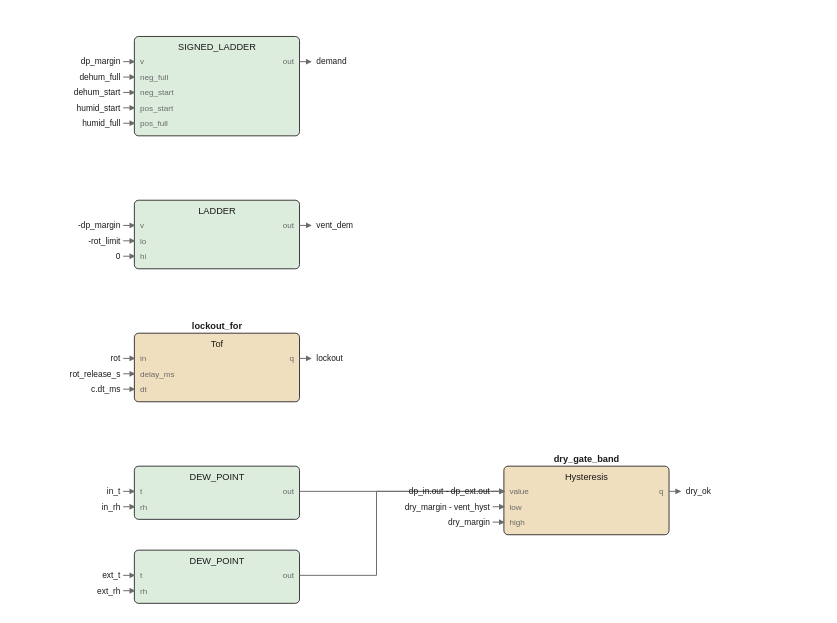
Above: images/logic/humidity_fbd.drawio.svg in pstch/botanik2 (draw.io), before the change. Source tidied: cells renumbered, new cells last; positions are measured from the earlier drawing's top-left corner, leaving out a move shared by most shapes.
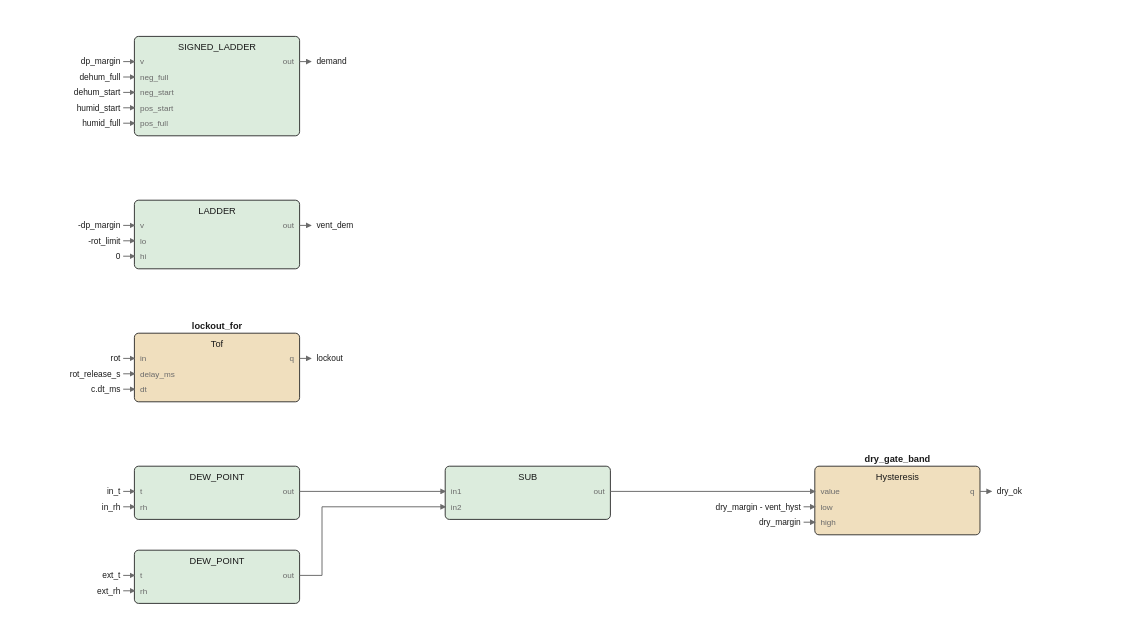
The same file after the commit.

Diff of the diagram source:
```diff
@@ -97,77 +97,64 @@
     </mxCell>
-    <mxCell id="33" style="rounded=1;fillColor=#f0dfbe;strokeColor=#1a1a1a;whiteSpace=wrap;html=1;fontSize=8;" parent="1" vertex="1">
-      <mxGeometry x="274" y="307" width="118" height="49" as="geometry" />
+    <mxCell id="33" style="rounded=1;fillColor=#dcecdd;strokeColor=#1a1a1a;whiteSpace=wrap;html=1;fontSize=8;" parent="1" vertex="1">
+      <mxGeometry x="232" y="307" width="118" height="38" as="geometry" />
     </mxCell>
-    <mxCell id="34" value="dry_gate_band" style="text;html=1;fontSize=6;fontColor=#1a1a1a;align=center;fontStyle=1;" parent="1" vertex="1">
-      <mxGeometry x="333" y="297.4" width="65" height="10.6" as="geometry" />
+    <mxCell id="34" value="SUB" style="text;html=1;fontSize=6;fontColor=#1a1a1a;align=center;" parent="1" vertex="1">
+      <mxGeometry x="291" y="310.4" width="40" height="10.6" as="geometry" />
     </mxCell>
-    <mxCell id="35" value="Hysteresis" style="text;html=1;fontSize=6;fontColor=#1a1a1a;align=center;" parent="1" vertex="1">
-      <mxGeometry x="333" y="310.4" width="50" height="10.6" as="geometry" />
+    <mxCell id="35" value="in1" style="text;html=1;fontSize=5;fontColor=#6b6b6b;align=left;" parent="1" vertex="1">
+      <mxGeometry x="236" y="321.2" width="40" height="9.8" as="geometry" />
     </mxCell>
-    <mxCell id="36" value="value" style="text;html=1;fontSize=5;fontColor=#6b6b6b;align=left;" parent="1" vertex="1">
-      <mxGeometry x="278" y="321.2" width="40" height="9.8" as="geometry" />
+    <mxCell id="36" value="in2" style="text;html=1;fontSize=5;fontColor=#6b6b6b;align=left;" parent="1" vertex="1">
+      <mxGeometry x="236" y="332.2" width="40" height="9.8" as="geometry" />
     </mxCell>
-    <mxCell id="37" value="low" style="text;html=1;fontSize=5;fontColor=#6b6b6b;align=left;" parent="1" vertex="1">
-      <mxGeometry x="278" y="332.2" width="40" height="9.8" as="geometry" />
+    <mxCell id="37" value="out" style="text;html=1;fontSize=5;fontColor=#6b6b6b;align=left;" parent="1" vertex="1">
+      <mxGeometry x="346" y="321.2" width="40" height="9.8" as="geometry" />
     </mxCell>
-    <mxCell id="38" value="high" style="text;html=1;fontSize=5;fontColor=#6b6b6b;align=left;" parent="1" vertex="1">
-      <mxGeometry x="278" y="343.2" width="40" height="9.8" as="geometry" />
+    <mxCell id="38" style="rounded=1;fillColor=#f0dfbe;strokeColor=#1a1a1a;whiteSpace=wrap;html=1;fontSize=8;" parent="1" vertex="1">
+      <mxGeometry x="496" y="307" width="118" height="49" as="geometry" />
     </mxCell>
-    <mxCell id="39" value="q" style="text;html=1;fontSize=5;fontColor=#6b6b6b;align=left;" parent="1" vertex="1">
-      <mxGeometry x="388" y="321.2" width="40" height="9.8" as="geometry" />
+    <mxCell id="39" value="dry_gate_band" style="text;html=1;fontSize=6;fontColor=#1a1a1a;align=center;fontStyle=1;" parent="1" vertex="1">
+      <mxGeometry x="555" y="297.4" width="65" height="10.6" as="geometry" />
     </mxCell>
-    <mxCell id="40" style="edgeStyle=none;html=1;strokeColor=#6b6b6b;endArrow=block;" parent="1" edge="1">
-      <mxGeometry relative="1" as="geometry">
-        <mxPoint x="128" y="18" as="sourcePoint" />
-        <mxPoint x="136" y="18" as="targetPoint" />
-      </mxGeometry>
-    </mxCell>
+    <mxCell id="86" value="Hysteresis" style="text;html=1;fontSize=6;fontColor=#1a1a1a;align=center;" parent="1" vertex="1">
+      <mxGeometry x="555" y="310.4" width="50" height="10.6" as="geometry" />
+    </mxCell>
-    <mxCell id="41" value="demand" style="text;html=1;fontSize=6;fontColor=#1a1a1a;align=left;" parent="1" vertex="1">
-      <mxGeometry x="140" y="14" width="40" height="10" as="geometry" />
+    <mxCell id="41" value="value" style="text;html=1;fontSize=5;fontColor=#6b6b6b;align=left;" parent="1" vertex="1">
+      <mxGeometry x="500" y="321.2" width="40" height="9.8" as="geometry" />
     </mxCell>
-    <mxCell id="42" style="edgeStyle=none;html=1;strokeColor=#6b6b6b;endArrow=block;" parent="1" edge="1">
-      <mxGeometry relative="1" as="geometry">
-        <mxPoint x="128" y="135" as="sourcePoint" />
-        <mxPoint x="136" y="135" as="targetPoint" />
-      </mxGeometry>
-    </mxCell>
+    <mxCell id="87" value="low" style="text;html=1;fontSize=5;fontColor=#6b6b6b;align=left;" parent="1" vertex="1">
+      <mxGeometry x="500" y="332.2" width="40" height="9.8" as="geometry" />
+    </mxCell>
-    <mxCell id="43" value="vent_dem" style="text;html=1;fontSize=6;fontColor=#1a1a1a;align=left;" parent="1" vertex="1">
-      <mxGeometry x="140" y="131" width="40" height="10" as="geometry" />
+    <mxCell id="43" value="high" style="text;html=1;fontSize=5;fontColor=#6b6b6b;align=left;" parent="1" vertex="1">
+      <mxGeometry x="500" y="343.2" width="40" height="9.8" as="geometry" />
     </mxCell>
-    <mxCell id="44" style="edgeStyle=none;html=1;strokeColor=#6b6b6b;endArrow=block;" parent="1" edge="1">
-      <mxGeometry relative="1" as="geometry">
-        <mxPoint x="128" y="230" as="sourcePoint" />
-        <mxPoint x="136" y="230" as="targetPoint" />
-      </mxGeometry>
-    </mxCell>
-    <mxCell id="45" value="lockout" style="text;html=1;fontSize=6;fontColor=#1a1a1a;align=left;" parent="1" vertex="1">
-      <mxGeometry x="140" y="226" width="40" height="10" as="geometry" />
-    </mxCell>
-    <mxCell id="46" style="edgeStyle=none;html=1;strokeColor=#6b6b6b;endArrow=block;" parent="1" edge="1">
-      <mxGeometry relative="1" as="geometry">
-        <mxPoint x="392" y="325" as="sourcePoint" />
-        <mxPoint x="400" y="325" as="targetPoint" />
-      </mxGeometry>
-    </mxCell>
-    <mxCell id="47" value="dry_ok" style="text;html=1;fontSize=6;fontColor=#1a1a1a;align=left;" parent="1" vertex="1">
-      <mxGeometry x="404" y="321" width="40" height="10" as="geometry" />
-    </mxCell>
-    <mxCell id="48" style="edgeStyle=none;html=1;strokeColor=#6b6b6b;endArrow=block;" parent="1" edge="1">
-      <mxGeometry relative="1" as="geometry">
-        <mxPoint x="128" y="325" as="sourcePoint" />
-        <mxPoint x="274" y="325" as="targetPoint" />
-      </mxGeometry>
-    </mxCell>
+    <mxCell id="88" value="q" style="text;html=1;fontSize=5;fontColor=#6b6b6b;align=left;" parent="1" vertex="1">
+      <mxGeometry x="610" y="321.2" width="40" height="9.8" as="geometry" />
+    </mxCell>
+    <mxCell id="89" style="edgeStyle=none;html=1;strokeColor=#6b6b6b;endArrow=block;" parent="1" edge="1">
+      <mxGeometry relative="1" as="geometry">
+        <mxPoint x="128" y="18" as="sourcePoint" />
+        <mxPoint x="136" y="18" as="targetPoint" />
+      </mxGeometry>
+    </mxCell>
+    <mxCell id="90" value="demand" style="text;html=1;fontSize=6;fontColor=#1a1a1a;align=left;" parent="1" vertex="1">
+      <mxGeometry x="140" y="14" width="40" height="10" as="geometry" />
+    </mxCell>
+    <mxCell id="91" style="edgeStyle=none;html=1;strokeColor=#6b6b6b;endArrow=block;" parent="1" edge="1">
+      <mxGeometry relative="1" as="geometry">
+        <mxPoint x="128" y="135" as="sourcePoint" />
+        <mxPoint x="136" y="135" as="targetPoint" />
+      </mxGeometry>
+    </mxCell>
+    <mxCell id="92" value="vent_dem" style="text;html=1;fontSize=6;fontColor=#1a1a1a;align=left;" parent="1" vertex="1">
+      <mxGeometry x="140" y="131" width="40" height="10" as="geometry" />
+    </mxCell>
     <mxCell id="49" style="edgeStyle=none;html=1;strokeColor=#6b6b6b;endArrow=block;" parent="1" edge="1">
       <mxGeometry relative="1" as="geometry">
-        <mxPoint x="128" y="385" as="sourcePoint" />
-        <mxPoint x="274" y="325" as="targetPoint" />
-        <Array as="points">
-          <mxPoint x="183" y="385" />
-          <mxPoint x="183" y="325" />
-        </Array>
+        <mxPoint x="128" y="230" as="sourcePoint" />
+        <mxPoint x="136" y="230" as="targetPoint" />
       </mxGeometry>
     </mxCell>
-    <mxCell id="50" value="dp_margin" style="text;html=1;fontSize=6;fontColor=#1a1a1a;align=left;" parent="1" vertex="1">
-      <mxGeometry y="14" width="45" height="10" as="geometry" />
+    <mxCell id="50" value="lockout" style="text;html=1;fontSize=6;fontColor=#1a1a1a;align=left;" parent="1" vertex="1">
+      <mxGeometry x="140" y="226" width="40" height="10" as="geometry" />
     </mxCell>
@@ -175,8 +162,8 @@
       <mxGeometry relative="1" as="geometry">
-        <mxPoint x="2" y="18" as="sourcePoint" />
-        <mxPoint x="10" y="18" as="targetPoint" />
+        <mxPoint x="614" y="325" as="sourcePoint" />
+        <mxPoint x="622" y="325" as="targetPoint" />
       </mxGeometry>
     </mxCell>
-    <mxCell id="52" value="dehum_full" style="text;html=1;fontSize=6;fontColor=#1a1a1a;align=left;" parent="1" vertex="1">
-      <mxGeometry y="25" width="50" height="10" as="geometry" />
+    <mxCell id="52" value="dry_ok" style="text;html=1;fontSize=6;fontColor=#1a1a1a;align=left;" parent="1" vertex="1">
+      <mxGeometry x="626" y="321" width="40" height="10" as="geometry" />
     </mxCell>
@@ -184,17 +171,24 @@
       <mxGeometry relative="1" as="geometry">
-        <mxPoint x="2" y="29" as="sourcePoint" />
-        <mxPoint x="10" y="29" as="targetPoint" />
+        <mxPoint x="128" y="325" as="sourcePoint" />
+        <mxPoint x="232" y="325" as="targetPoint" />
       </mxGeometry>
     </mxCell>
-    <mxCell id="54" value="dehum_start" style="text;html=1;fontSize=6;fontColor=#1a1a1a;align=left;" parent="1" vertex="1">
-      <mxGeometry y="36" width="55" height="10" as="geometry" />
-    </mxCell>
+    <mxCell id="93" style="edgeStyle=none;html=1;strokeColor=#6b6b6b;endArrow=block;" parent="1" edge="1">
+      <mxGeometry relative="1" as="geometry">
+        <mxPoint x="128" y="385" as="sourcePoint" />
+        <mxPoint x="232" y="336" as="targetPoint" />
+        <Array as="points">
+          <mxPoint x="144" y="385" />
+          <mxPoint x="144" y="336" />
+        </Array>
+      </mxGeometry>
+    </mxCell>
     <mxCell id="55" style="edgeStyle=none;html=1;strokeColor=#6b6b6b;endArrow=block;" parent="1" edge="1">
       <mxGeometry relative="1" as="geometry">
-        <mxPoint x="2" y="40" as="sourcePoint" />
-        <mxPoint x="10" y="40" as="targetPoint" />
+        <mxPoint x="350" y="325" as="sourcePoint" />
+        <mxPoint x="496" y="325" as="targetPoint" />
       </mxGeometry>
     </mxCell>
-    <mxCell id="56" value="humid_start" style="text;html=1;fontSize=6;fontColor=#1a1a1a;align=left;" parent="1" vertex="1">
-      <mxGeometry y="47" width="55" height="10" as="geometry" />
+    <mxCell id="56" value="dp_margin" style="text;html=1;fontSize=6;fontColor=#1a1a1a;align=left;" parent="1" vertex="1">
+      <mxGeometry y="14" width="45" height="10" as="geometry" />
     </mxCell>
@@ -202,8 +196,8 @@
       <mxGeometry relative="1" as="geometry">
-        <mxPoint x="2" y="51" as="sourcePoint" />
-        <mxPoint x="10" y="51" as="targetPoint" />
+        <mxPoint x="2" y="18" as="sourcePoint" />
+        <mxPoint x="10" y="18" as="targetPoint" />
       </mxGeometry>
     </mxCell>
-    <mxCell id="58" value="humid_full" style="text;html=1;fontSize=6;fontColor=#1a1a1a;align=left;" parent="1" vertex="1">
-      <mxGeometry y="58" width="50" height="10" as="geometry" />
+    <mxCell id="58" value="dehum_full" style="text;html=1;fontSize=6;fontColor=#1a1a1a;align=left;" parent="1" vertex="1">
+      <mxGeometry y="25" width="50" height="10" as="geometry" />
     </mxCell>
@@ -211,8 +205,8 @@
       <mxGeometry relative="1" as="geometry">
-        <mxPoint x="2" y="62" as="sourcePoint" />
-        <mxPoint x="10" y="62" as="targetPoint" />
+        <mxPoint x="2" y="29" as="sourcePoint" />
+        <mxPoint x="10" y="29" as="targetPoint" />
       </mxGeometry>
     </mxCell>
-    <mxCell id="60" value="-dp_margin" style="text;html=1;fontSize=6;fontColor=#1a1a1a;align=left;" parent="1" vertex="1">
-      <mxGeometry y="131" width="50" height="10" as="geometry" />
+    <mxCell id="60" value="dehum_start" style="text;html=1;fontSize=6;fontColor=#1a1a1a;align=left;" parent="1" vertex="1">
+      <mxGeometry y="36" width="55" height="10" as="geometry" />
     </mxCell>
@@ -220,8 +214,8 @@
       <mxGeometry relative="1" as="geometry">
-        <mxPoint x="2" y="135" as="sourcePoint" />
-        <mxPoint x="10" y="135" as="targetPoint" />
+        <mxPoint x="2" y="40" as="sourcePoint" />
+        <mxPoint x="10" y="40" as="targetPoint" />
       </mxGeometry>
     </mxCell>
-    <mxCell id="62" value="-rot_limit" style="text;html=1;fontSize=6;fontColor=#1a1a1a;align=left;" parent="1" vertex="1">
-      <mxGeometry y="142" width="50" height="10" as="geometry" />
+    <mxCell id="62" value="humid_start" style="text;html=1;fontSize=6;fontColor=#1a1a1a;align=left;" parent="1" vertex="1">
+      <mxGeometry y="47" width="55" height="10" as="geometry" />
     </mxCell>
@@ -229,8 +223,8 @@
       <mxGeometry relative="1" as="geometry">
-        <mxPoint x="2" y="146" as="sourcePoint" />
-        <mxPoint x="10" y="146" as="targetPoint" />
+        <mxPoint x="2" y="51" as="sourcePoint" />
+        <mxPoint x="10" y="51" as="targetPoint" />
       </mxGeometry>
     </mxCell>
-    <mxCell id="64" value="0" style="text;html=1;fontSize=6;fontColor=#1a1a1a;align=left;" parent="1" vertex="1">
-      <mxGeometry y="153" width="40" height="10" as="geometry" />
+    <mxCell id="64" value="humid_full" style="text;html=1;fontSize=6;fontColor=#1a1a1a;align=left;" parent="1" vertex="1">
+      <mxGeometry y="58" width="50" height="10" as="geometry" />
     </mxCell>
@@ -238,8 +232,8 @@
       <mxGeometry relative="1" as="geometry">
-        <mxPoint x="2" y="157" as="sourcePoint" />
-        <mxPoint x="10" y="157" as="targetPoint" />
+        <mxPoint x="2" y="62" as="sourcePoint" />
+        <mxPoint x="10" y="62" as="targetPoint" />
       </mxGeometry>
     </mxCell>
-    <mxCell id="66" value="rot" style="text;html=1;fontSize=6;fontColor=#1a1a1a;align=left;" parent="1" vertex="1">
-      <mxGeometry y="226" width="40" height="10" as="geometry" />
+    <mxCell id="66" value="-dp_margin" style="text;html=1;fontSize=6;fontColor=#1a1a1a;align=left;" parent="1" vertex="1">
+      <mxGeometry y="131" width="50" height="10" as="geometry" />
     </mxCell>
@@ -247,8 +241,8 @@
       <mxGeometry relative="1" as="geometry">
-        <mxPoint x="2" y="230" as="sourcePoint" />
-        <mxPoint x="10" y="230" as="targetPoint" />
+        <mxPoint x="2" y="135" as="sourcePoint" />
+        <mxPoint x="10" y="135" as="targetPoint" />
       </mxGeometry>
     </mxCell>
-    <mxCell id="68" value="rot_release_s" style="text;html=1;fontSize=6;fontColor=#1a1a1a;align=left;" parent="1" vertex="1">
-      <mxGeometry y="237" width="65" height="10" as="geometry" />
+    <mxCell id="68" value="-rot_limit" style="text;html=1;fontSize=6;fontColor=#1a1a1a;align=left;" parent="1" vertex="1">
+      <mxGeometry y="142" width="50" height="10" as="geometry" />
     </mxCell>
@@ -256,8 +250,8 @@
       <mxGeometry relative="1" as="geometry">
-        <mxPoint x="2" y="241" as="sourcePoint" />
-        <mxPoint x="10" y="241" as="targetPoint" />
+        <mxPoint x="2" y="146" as="sourcePoint" />
+        <mxPoint x="10" y="146" as="targetPoint" />
       </mxGeometry>
     </mxCell>
-    <mxCell id="70" value="c.dt_ms" style="text;html=1;fontSize=6;fontColor=#1a1a1a;align=left;" parent="1" vertex="1">
-      <mxGeometry y="248" width="40" height="10" as="geometry" />
+    <mxCell id="70" value="0" style="text;html=1;fontSize=6;fontColor=#1a1a1a;align=left;" parent="1" vertex="1">
+      <mxGeometry y="153" width="40" height="10" as="geometry" />
     </mxCell>
@@ -265,8 +259,8 @@
       <mxGeometry relative="1" as="geometry">
-        <mxPoint x="2" y="252" as="sourcePoint" />
-        <mxPoint x="10" y="252" as="targetPoint" />
+        <mxPoint x="2" y="157" as="sourcePoint" />
+        <mxPoint x="10" y="157" as="targetPoint" />
       </mxGeometry>
     </mxCell>
-    <mxCell id="72" value="in_t" style="text;html=1;fontSize=6;fontColor=#1a1a1a;align=left;" parent="1" vertex="1">
-      <mxGeometry y="321" width="40" height="10" as="geometry" />
+    <mxCell id="72" value="rot" style="text;html=1;fontSize=6;fontColor=#1a1a1a;align=left;" parent="1" vertex="1">
+      <mxGeometry y="226" width="40" height="10" as="geometry" />
     </mxCell>
@@ -274,8 +268,8 @@
       <mxGeometry relative="1" as="geometry">
-        <mxPoint x="2" y="325" as="sourcePoint" />
-        <mxPoint x="10" y="325" as="targetPoint" />
+        <mxPoint x="2" y="230" as="sourcePoint" />
+        <mxPoint x="10" y="230" as="targetPoint" />
       </mxGeometry>
     </mxCell>
-    <mxCell id="74" value="in_rh" style="text;html=1;fontSize=6;fontColor=#1a1a1a;align=left;" parent="1" vertex="1">
-      <mxGeometry y="332" width="40" height="10" as="geometry" />
+    <mxCell id="74" value="rot_release_s" style="text;html=1;fontSize=6;fontColor=#1a1a1a;align=left;" parent="1" vertex="1">
+      <mxGeometry y="237" width="65" height="10" as="geometry" />
     </mxCell>
@@ -283,8 +277,8 @@
       <mxGeometry relative="1" as="geometry">
-        <mxPoint x="2" y="336" as="sourcePoint" />
-        <mxPoint x="10" y="336" as="targetPoint" />
+        <mxPoint x="2" y="241" as="sourcePoint" />
+        <mxPoint x="10" y="241" as="targetPoint" />
       </mxGeometry>
     </mxCell>
-    <mxCell id="76" value="ext_t" style="text;html=1;fontSize=6;fontColor=#1a1a1a;align=left;" parent="1" vertex="1">
-      <mxGeometry y="381" width="40" height="10" as="geometry" />
+    <mxCell id="76" value="c.dt_ms" style="text;html=1;fontSize=6;fontColor=#1a1a1a;align=left;" parent="1" vertex="1">
+      <mxGeometry y="248" width="40" height="10" as="geometry" />
     </mxCell>
@@ -292,8 +286,8 @@
       <mxGeometry relative="1" as="geometry">
-        <mxPoint x="2" y="385" as="sourcePoint" />
-        <mxPoint x="10" y="385" as="targetPoint" />
+        <mxPoint x="2" y="252" as="sourcePoint" />
+        <mxPoint x="10" y="252" as="targetPoint" />
       </mxGeometry>
     </mxCell>
-    <mxCell id="78" value="ext_rh" style="text;html=1;fontSize=6;fontColor=#1a1a1a;align=left;" parent="1" vertex="1">
-      <mxGeometry y="392" width="40" height="10" as="geometry" />
+    <mxCell id="78" value="in_t" style="text;html=1;fontSize=6;fontColor=#1a1a1a;align=left;" parent="1" vertex="1">
+      <mxGeometry y="321" width="40" height="10" as="geometry" />
     </mxCell>
@@ -301,8 +295,8 @@
       <mxGeometry relative="1" as="geometry">
-        <mxPoint x="2" y="396" as="sourcePoint" />
-        <mxPoint x="10" y="396" as="targetPoint" />
+        <mxPoint x="2" y="325" as="sourcePoint" />
+        <mxPoint x="10" y="325" as="targetPoint" />
       </mxGeometry>
     </mxCell>
-    <mxCell id="80" value="dp_in.out - dp_ext.out" style="text;html=1;fontSize=6;fontColor=#1a1a1a;align=left;" parent="1" vertex="1">
-      <mxGeometry x="264" y="321" width="110" height="10" as="geometry" />
+    <mxCell id="80" value="in_rh" style="text;html=1;fontSize=6;fontColor=#1a1a1a;align=left;" parent="1" vertex="1">
+      <mxGeometry y="332" width="40" height="10" as="geometry" />
     </mxCell>
@@ -310,8 +304,8 @@
       <mxGeometry relative="1" as="geometry">
-        <mxPoint x="266" y="325" as="sourcePoint" />
-        <mxPoint x="274" y="325" as="targetPoint" />
+        <mxPoint x="2" y="336" as="sourcePoint" />
+        <mxPoint x="10" y="336" as="targetPoint" />
       </mxGeometry>
     </mxCell>
-    <mxCell id="82" value="dry_margin - vent_hyst" style="text;html=1;fontSize=6;fontColor=#1a1a1a;align=left;" parent="1" vertex="1">
-      <mxGeometry x="264" y="332" width="110" height="10" as="geometry" />
+    <mxCell id="82" value="ext_t" style="text;html=1;fontSize=6;fontColor=#1a1a1a;align=left;" parent="1" vertex="1">
+      <mxGeometry y="381" width="40" height="10" as="geometry" />
     </mxCell>
@@ -319,8 +313,8 @@
       <mxGeometry relative="1" as="geometry">
-        <mxPoint x="266" y="336" as="sourcePoint" />
-        <mxPoint x="274" y="336" as="targetPoint" />
+        <mxPoint x="2" y="385" as="sourcePoint" />
+        <mxPoint x="10" y="385" as="targetPoint" />
       </mxGeometry>
     </mxCell>
-    <mxCell id="84" value="dry_margin" style="text;html=1;fontSize=6;fontColor=#1a1a1a;align=left;" parent="1" vertex="1">
-      <mxGeometry x="264" y="343" width="50" height="10" as="geometry" />
+    <mxCell id="84" value="ext_rh" style="text;html=1;fontSize=6;fontColor=#1a1a1a;align=left;" parent="1" vertex="1">
+      <mxGeometry y="392" width="40" height="10" as="geometry" />
     </mxCell>
@@ -328,6 +322,24 @@
       <mxGeometry relative="1" as="geometry">
-        <mxPoint x="266" y="347" as="sourcePoint" />
-        <mxPoint x="274" y="347" as="targetPoint" />
+        <mxPoint x="2" y="396" as="sourcePoint" />
+        <mxPoint x="10" y="396" as="targetPoint" />
       </mxGeometry>
     </mxCell>
+    <mxCell id="94" value="dry_margin - vent_hyst" style="text;html=1;fontSize=6;fontColor=#1a1a1a;align=left;" parent="1" vertex="1">
+      <mxGeometry x="486" y="332" width="110" height="10" as="geometry" />
+    </mxCell>
+    <mxCell id="95" style="edgeStyle=none;html=1;strokeColor=#6b6b6b;endArrow=block;" parent="1" edge="1">
+      <mxGeometry relative="1" as="geometry">
+        <mxPoint x="488" y="336" as="sourcePoint" />
+        <mxPoint x="496" y="336" as="targetPoint" />
+      </mxGeometry>
+    </mxCell>
+    <mxCell id="96" value="dry_margin" style="text;html=1;fontSize=6;fontColor=#1a1a1a;align=left;" parent="1" vertex="1">
+      <mxGeometry x="486" y="343" width="50" height="10" as="geometry" />
+    </mxCell>
+    <mxCell id="97" style="edgeStyle=none;html=1;strokeColor=#6b6b6b;endArrow=block;" parent="1" edge="1">
+      <mxGeometry relative="1" as="geometry">
+        <mxPoint x="488" y="347" as="sourcePoint" />
+        <mxPoint x="496" y="347" as="targetPoint" />
+      </mxGeometry>
+    </mxCell>
   </root>
```
